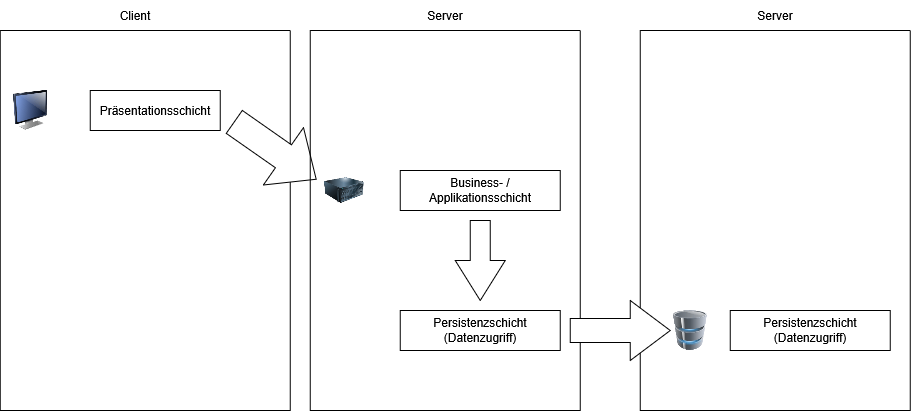
Before: Module/M223/02 Softwarearchitektur/Softwarearchitektur_Ticketshop.drawio.png, a diagram exported from draw.io (juofadown/ObsidianNotes). Source tidied: cells renumbered, new cells last; positions are measured from the earlier drawing's top-left corner, leaving out a move shared by most shapes.
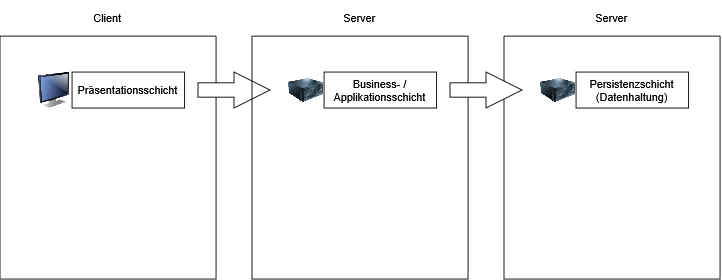
The same diagram one commit later.

The edit, as a diff of the source:
```diff
@@ -2,53 +2,47 @@
   <root>
     <mxCell id="0" />
     <mxCell id="1" parent="0" />
-    <mxCell id="2" style="swimlane;startSize=0;" parent="1" vertex="1">
-      <mxGeometry y="30" width="290" height="380" as="geometry" />
-    </mxCell>
+    <mxCell id="6" value="&lt;div&gt;Client&lt;/div&gt;" style="text;html=1;whiteSpace=wrap;strokeColor=none;fillColor=none;align=center;verticalAlign=middle;rounded=0;" parent="1" vertex="1">
+      <mxGeometry x="105" width="80" height="40" as="geometry" />
+    </mxCell>
+    <mxCell id="18" style="swimlane;startSize=0;" parent="1" vertex="1">
+      <mxGeometry x="25" y="40" width="240" height="270" as="geometry" />
+    </mxCell>
-    <mxCell id="3" style="image;html=1;image=img/lib/clip_art/computers/Monitor_128x128.png;" parent="2" vertex="1">
-      <mxGeometry x="10" y="60" width="40" height="40" as="geometry" />
+    <mxCell id="3" style="image;html=1;image=img/lib/clip_art/computers/Monitor_128x128.png;" parent="18" vertex="1">
+      <mxGeometry x="40" y="40" width="40" height="40" as="geometry" />
     </mxCell>
-    <mxCell id="4" value="Präsentationsschicht" style="rounded=0;whiteSpace=wrap;html=1;" parent="2" vertex="1">
-      <mxGeometry x="90" y="60" width="130" height="40" as="geometry" />
+    <mxCell id="4" value="Präsentationsschicht" style="rounded=0;whiteSpace=wrap;html=1;" parent="18" vertex="1">
+      <mxGeometry x="80" y="40" width="125" height="40" as="geometry" />
     </mxCell>
-    <mxCell id="5" style="html=1;shadow=0;dashed=0;align=center;verticalAlign=middle;shape=mxgraph.arrows2.arrow;dy=0.6;dx=40;direction=south;notch=0;rotation=-55;" parent="2" vertex="1">
-      <mxGeometry x="240" y="70" width="70" height="100" as="geometry" />
-    </mxCell>
-    <mxCell id="6" value="Client" style="text;html=1;whiteSpace=wrap;strokeColor=none;fillColor=none;align=center;verticalAlign=middle;rounded=0;" parent="1" vertex="1">
-      <mxGeometry x="105" width="60" height="30" as="geometry" />
-    </mxCell>
-    <mxCell id="7" style="swimlane;startSize=0;" parent="1" vertex="1">
-      <mxGeometry x="310" y="30" width="270" height="380" as="geometry" />
-    </mxCell>
+    <mxCell id="19" style="html=1;shadow=0;dashed=0;align=center;verticalAlign=middle;shape=mxgraph.arrows2.arrow;dy=0.6;dx=40;direction=south;notch=0;rotation=-90;" parent="1" vertex="1">
+      <mxGeometry x="265" y="60" width="40" height="80" as="geometry" />
+    </mxCell>
+    <mxCell id="20" value="Server" style="text;html=1;whiteSpace=wrap;strokeColor=none;fillColor=none;align=center;verticalAlign=middle;rounded=0;" parent="1" vertex="1">
+      <mxGeometry x="385" width="80" height="40" as="geometry" />
+    </mxCell>
+    <mxCell id="21" style="swimlane;startSize=0;" parent="1" vertex="1">
+      <mxGeometry x="305" y="40" width="240" height="270" as="geometry" />
+    </mxCell>
-    <mxCell id="8" value="Business- / Applikationsschicht" style="rounded=0;whiteSpace=wrap;html=1;" parent="7" vertex="1">
-      <mxGeometry x="90" y="140" width="160" height="40" as="geometry" />
+    <mxCell id="8" value="Business- / Applikationsschicht" style="rounded=0;whiteSpace=wrap;html=1;" parent="21" vertex="1">
+      <mxGeometry x="80" y="40" width="125" height="40" as="geometry" />
     </mxCell>
-    <mxCell id="9" style="image;html=1;image=img/lib/clip_art/computers/Server_128x128.png;" parent="7" vertex="1">
-      <mxGeometry x="14" y="140" width="40" height="40" as="geometry" />
+    <mxCell id="9" style="image;html=1;image=img/lib/clip_art/computers/Server_128x128.png;" parent="21" vertex="1">
+      <mxGeometry x="40" y="40" width="40" height="40" as="geometry" />
     </mxCell>
-    <mxCell id="10" value="Persistenzschicht (Datenzugriff)" style="rounded=0;whiteSpace=wrap;html=1;" parent="7" vertex="1">
-      <mxGeometry x="90" y="280" width="160" height="40" as="geometry" />
-    </mxCell>
-    <mxCell id="11" style="html=1;shadow=0;dashed=0;align=center;verticalAlign=middle;shape=mxgraph.arrows2.arrow;dy=0.6;dx=40;direction=south;notch=0;" parent="7" vertex="1">
-      <mxGeometry x="145" y="190" width="50" height="80" as="geometry" />
-    </mxCell>
-    <mxCell id="12" value="Server" style="text;html=1;whiteSpace=wrap;strokeColor=none;fillColor=none;align=center;verticalAlign=middle;rounded=0;" parent="1" vertex="1">
-      <mxGeometry x="415" width="60" height="30" as="geometry" />
-    </mxCell>
-    <mxCell id="13" style="swimlane;startSize=0;" parent="1" vertex="1">
-      <mxGeometry x="640" y="30" width="270" height="380" as="geometry" />
-    </mxCell>
-    <mxCell id="14" value="Persistenzschicht (Datenzugriff)" style="rounded=0;whiteSpace=wrap;html=1;" parent="13" vertex="1">
-      <mxGeometry x="90" y="280" width="160" height="40" as="geometry" />
-    </mxCell>
-    <mxCell id="15" style="image;html=1;image=img/lib/clip_art/computers/Database_128x128.png;" parent="13" vertex="1">
-      <mxGeometry x="30" y="280" width="40" height="40" as="geometry" />
-    </mxCell>
-    <mxCell id="16" value="Server" style="text;html=1;whiteSpace=wrap;strokeColor=none;fillColor=none;align=center;verticalAlign=middle;rounded=0;" parent="1" vertex="1">
-      <mxGeometry x="745" width="60" height="30" as="geometry" />
-    </mxCell>
-    <mxCell id="17" style="html=1;shadow=0;dashed=0;align=center;verticalAlign=middle;shape=mxgraph.arrows2.arrow;dy=0.6;dx=40;notch=0;" parent="1" vertex="1">
-      <mxGeometry x="570" y="300" width="100" height="60" as="geometry" />
-    </mxCell>
+    <mxCell id="22" value="Server" style="text;html=1;whiteSpace=wrap;strokeColor=none;fillColor=none;align=center;verticalAlign=middle;rounded=0;" parent="1" vertex="1">
+      <mxGeometry x="665" width="80" height="40" as="geometry" />
+    </mxCell>
+    <mxCell id="23" style="swimlane;startSize=0;" parent="1" vertex="1">
+      <mxGeometry x="585" y="40" width="240" height="270" as="geometry" />
+    </mxCell>
+    <mxCell id="24" value="&lt;div&gt;Persistenzschicht (Datenhaltung)&lt;/div&gt;" style="rounded=0;whiteSpace=wrap;html=1;" parent="23" vertex="1">
+      <mxGeometry x="80" y="40" width="125" height="40" as="geometry" />
+    </mxCell>
+    <mxCell id="25" style="image;html=1;image=img/lib/clip_art/computers/Server_128x128.png;" parent="23" vertex="1">
+      <mxGeometry x="40" y="40" width="40" height="40" as="geometry" />
+    </mxCell>
+    <mxCell id="26" style="html=1;shadow=0;dashed=0;align=center;verticalAlign=middle;shape=mxgraph.arrows2.arrow;dy=0.6;dx=40;direction=south;notch=0;rotation=-90;" parent="1" vertex="1">
+      <mxGeometry x="545" y="60" width="40" height="80" as="geometry" />
+    </mxCell>
   </root>
 </mxGraphModel>
```
